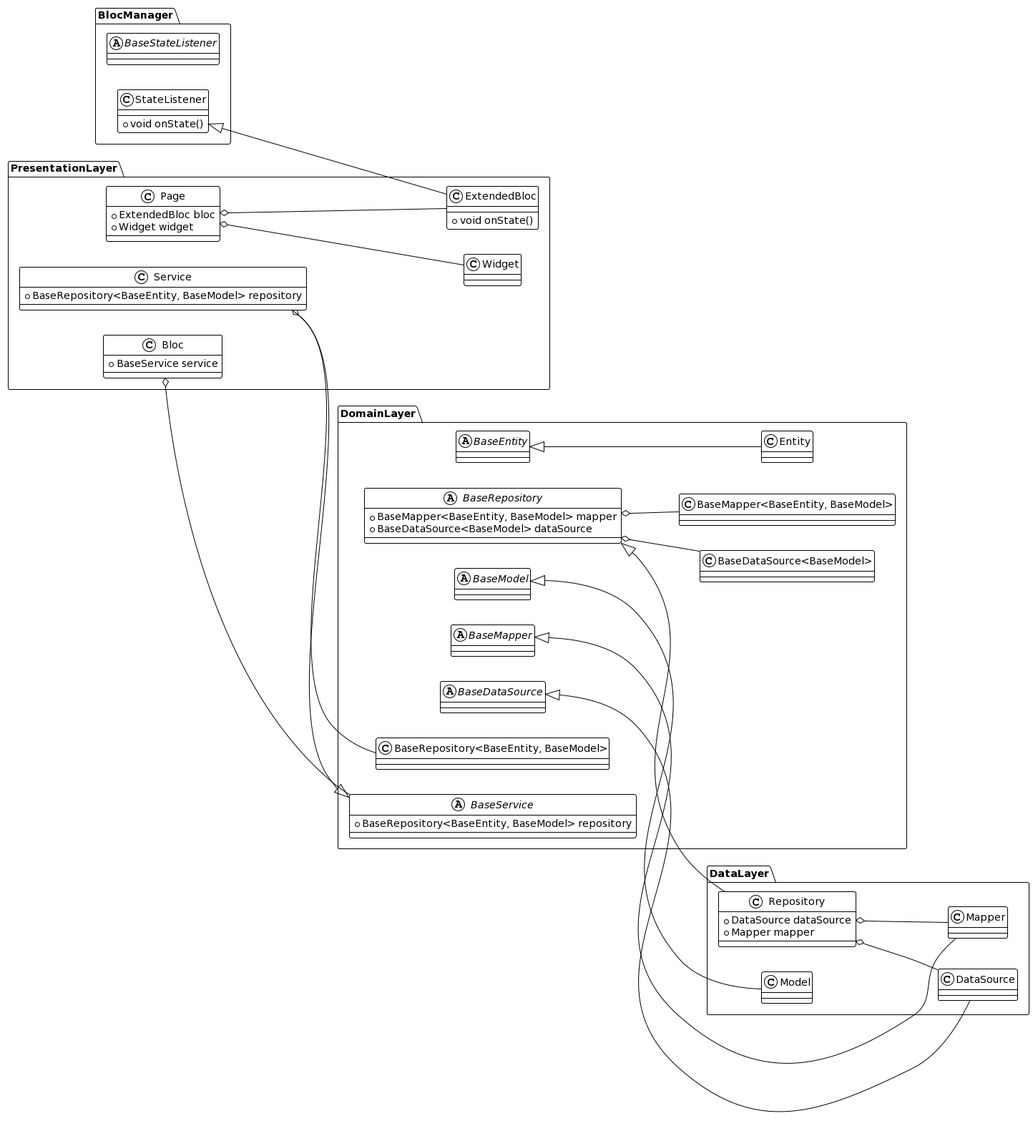
Before: diagram.png, a diagram exported from PlantUML (hamed-rezaee/flutter_component_architecture_poc). The source it was exported from:
```plantuml
@startuml
!theme plain

left to right direction

set namespaceSeparator ::

abstract class "BlocManager::BaseStateListener" {
}

class "BlocManager::StateListener" {
  +void onState()
}

class "PresentationLayer::ExtendedBloc" {
  +void onState()
}

abstract class "DomainLayer::BaseEntity" {
}

class "DomainLayer::Entity" {
}

"DomainLayer::BaseEntity" <|-- "DomainLayer::Entity"

abstract class "DomainLayer::BaseModel" {
}

class "DataLayer::Model" {
}

"DomainLayer::BaseModel" <|-- "DataLayer::Model"

abstract class "DomainLayer::BaseMapper" {
}

class "DataLayer::Mapper" {
}

"DomainLayer::BaseMapper" <|-- "DataLayer::Mapper"

abstract class "DomainLayer::BaseDataSource" {
}

class "DataLayer::DataSource" {
}

"DomainLayer::BaseDataSource" <|-- "DataLayer::DataSource"

abstract class "DomainLayer::BaseRepository" {
  +BaseMapper<BaseEntity, BaseModel> mapper
  +BaseDataSource<BaseModel> dataSource
}

class "DataLayer::Repository" {
  +DataSource dataSource
  +Mapper mapper
}

"DomainLayer::BaseRepository" <|-- "DataLayer::Repository"

abstract class "DomainLayer::BaseService" {
  +BaseRepository<BaseEntity, BaseModel> repository
}

class "PresentationLayer::Service" {
  +BaseRepository<BaseEntity, BaseModel> repository
}

"DomainLayer::BaseService" <|-- "PresentationLayer::Service"

class "PresentationLayer::Bloc" {
  +BaseService service
}

"PresentationLayer::Bloc" o-- "DomainLayer::BaseService"

class "PresentationLayer::Widget" {
}

class "PresentationLayer::Page" {
  +ExtendedBloc bloc
  +Widget widget
}

"PresentationLayer::Page" o-- "PresentationLayer::ExtendedBloc"
"PresentationLayer::Page" o-- "PresentationLayer::Widget"

"DomainLayer::BaseRepository" o-- "DomainLayer::BaseMapper<BaseEntity, BaseModel>"
"DomainLayer::BaseRepository" o-- "DomainLayer::BaseDataSource<BaseModel>"
"PresentationLayer::Service" o-- "DomainLayer::BaseRepository<BaseEntity, BaseModel>"
"DataLayer::Repository" o-- "DataLayer::DataSource"
"DataLayer::Repository" o-- "DataLayer::Mapper"
"BlocManager::StateListener" <|-- "PresentationLayer::ExtendedBloc"
@enduml
```
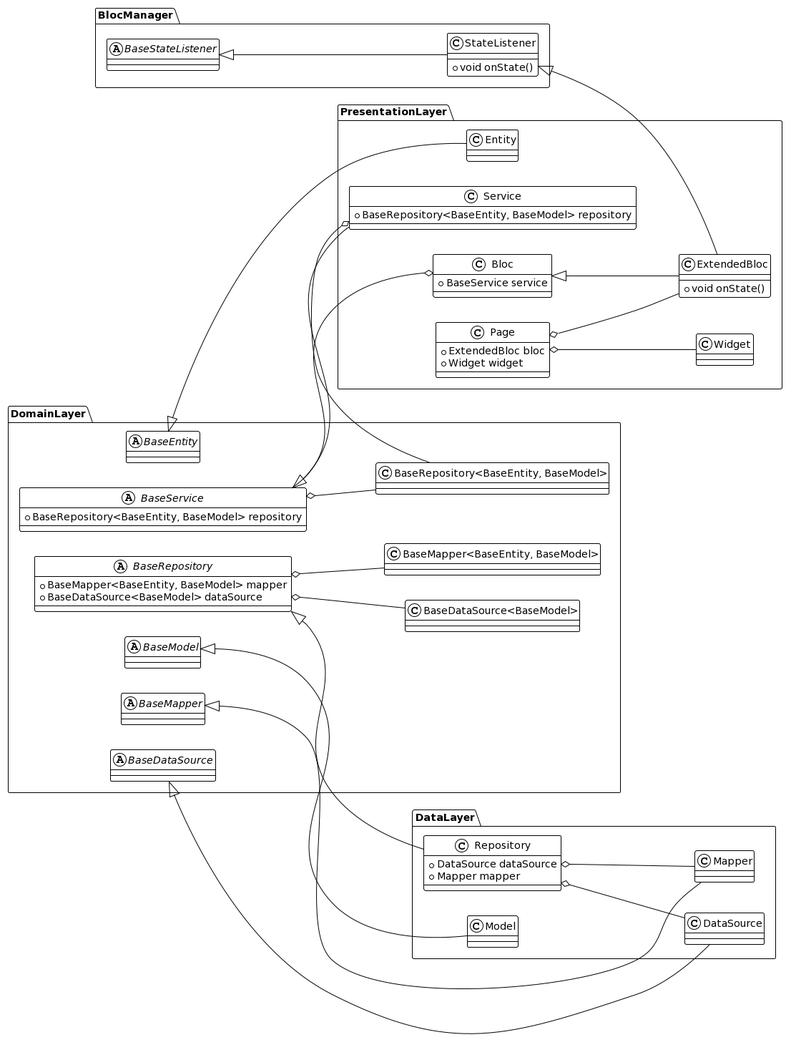
The same diagram one commit later.

The edit, as a diff of the source:
```diff
@@ -1,9 +1,8 @@
 @startuml
 !theme plain
+set namespaceSeparator ::
 
 left to right direction
-
-set namespaceSeparator ::
 
 abstract class "BlocManager::BaseStateListener" {
 }
@@ -12,63 +11,76 @@
   +void onState()
 }
 
-class "PresentationLayer::ExtendedBloc" {
-  +void onState()
-}
-
-abstract class "DomainLayer::BaseEntity" {
-}
-
-class "DomainLayer::Entity" {
-}
-
-"DomainLayer::BaseEntity" <|-- "DomainLayer::Entity"
-
-abstract class "DomainLayer::BaseModel" {
-}
+"BlocManager::BaseStateListener" <|-- "BlocManager::StateListener"
 
 class "DataLayer::Model" {
 }
 
 "DomainLayer::BaseModel" <|-- "DataLayer::Model"
 
-abstract class "DomainLayer::BaseMapper" {
-}
-
 class "DataLayer::Mapper" {
 }
 
 "DomainLayer::BaseMapper" <|-- "DataLayer::Mapper"
-
-abstract class "DomainLayer::BaseDataSource" {
-}
 
 class "DataLayer::DataSource" {
 }
 
 "DomainLayer::BaseDataSource" <|-- "DataLayer::DataSource"
 
+class "DataLayer::Repository" {
+  +DataSource dataSource
+  +Mapper mapper
+}
+
+"DataLayer::Repository" o-- "DataLayer::DataSource"
+"DataLayer::Repository" o-- "DataLayer::Mapper"
+"DomainLayer::BaseRepository" <|-- "DataLayer::Repository"
+
+abstract class "DomainLayer::BaseModel" {
+}
+
+abstract class "DomainLayer::BaseEntity" {
+}
+
+abstract class "DomainLayer::BaseMapper" {
+}
+
+abstract class "DomainLayer::BaseDataSource" {
+}
+
 abstract class "DomainLayer::BaseRepository" {
   +BaseMapper<BaseEntity, BaseModel> mapper
   +BaseDataSource<BaseModel> dataSource
 }
 
-class "DataLayer::Repository" {
-  +DataSource dataSource
-  +Mapper mapper
-}
-
-"DomainLayer::BaseRepository" <|-- "DataLayer::Repository"
+"DomainLayer::BaseRepository" o-- "DomainLayer::BaseMapper<BaseEntity, BaseModel>"
+"DomainLayer::BaseRepository" o-- "DomainLayer::BaseDataSource<BaseModel>"
 
 abstract class "DomainLayer::BaseService" {
   +BaseRepository<BaseEntity, BaseModel> repository
 }
 
+"DomainLayer::BaseService" o-- "DomainLayer::BaseRepository<BaseEntity, BaseModel>"
+
+class "PresentationLayer::Entity" {
+}
+
+"DomainLayer::BaseEntity" <|-- "PresentationLayer::Entity"
+
 class "PresentationLayer::Service" {
   +BaseRepository<BaseEntity, BaseModel> repository
 }
 
+"PresentationLayer::Service" o-- "DomainLayer::BaseRepository<BaseEntity, BaseModel>"
 "DomainLayer::BaseService" <|-- "PresentationLayer::Service"
+
+class "PresentationLayer::ExtendedBloc" {
+  +void onState()
+}
+
+"PresentationLayer::Bloc" <|-- "PresentationLayer::ExtendedBloc"
+"BlocManager::StateListener" <|-- "PresentationLayer::ExtendedBloc"
 
 class "PresentationLayer::Bloc" {
   +BaseService service
@@ -86,11 +98,4 @@
 
 "PresentationLayer::Page" o-- "PresentationLayer::ExtendedBloc"
 "PresentationLayer::Page" o-- "PresentationLayer::Widget"
-
-"DomainLayer::BaseRepository" o-- "DomainLayer::BaseMapper<BaseEntity, BaseModel>"
-"DomainLayer::BaseRepository" o-- "DomainLayer::BaseDataSource<BaseModel>"
-"PresentationLayer::Service" o-- "DomainLayer::BaseRepository<BaseEntity, BaseModel>"
-"DataLayer::Repository" o-- "DataLayer::DataSource"
-"DataLayer::Repository" o-- "DataLayer::Mapper"
-"BlocManager::StateListener" <|-- "PresentationLayer::ExtendedBloc"
 @enduml
```
